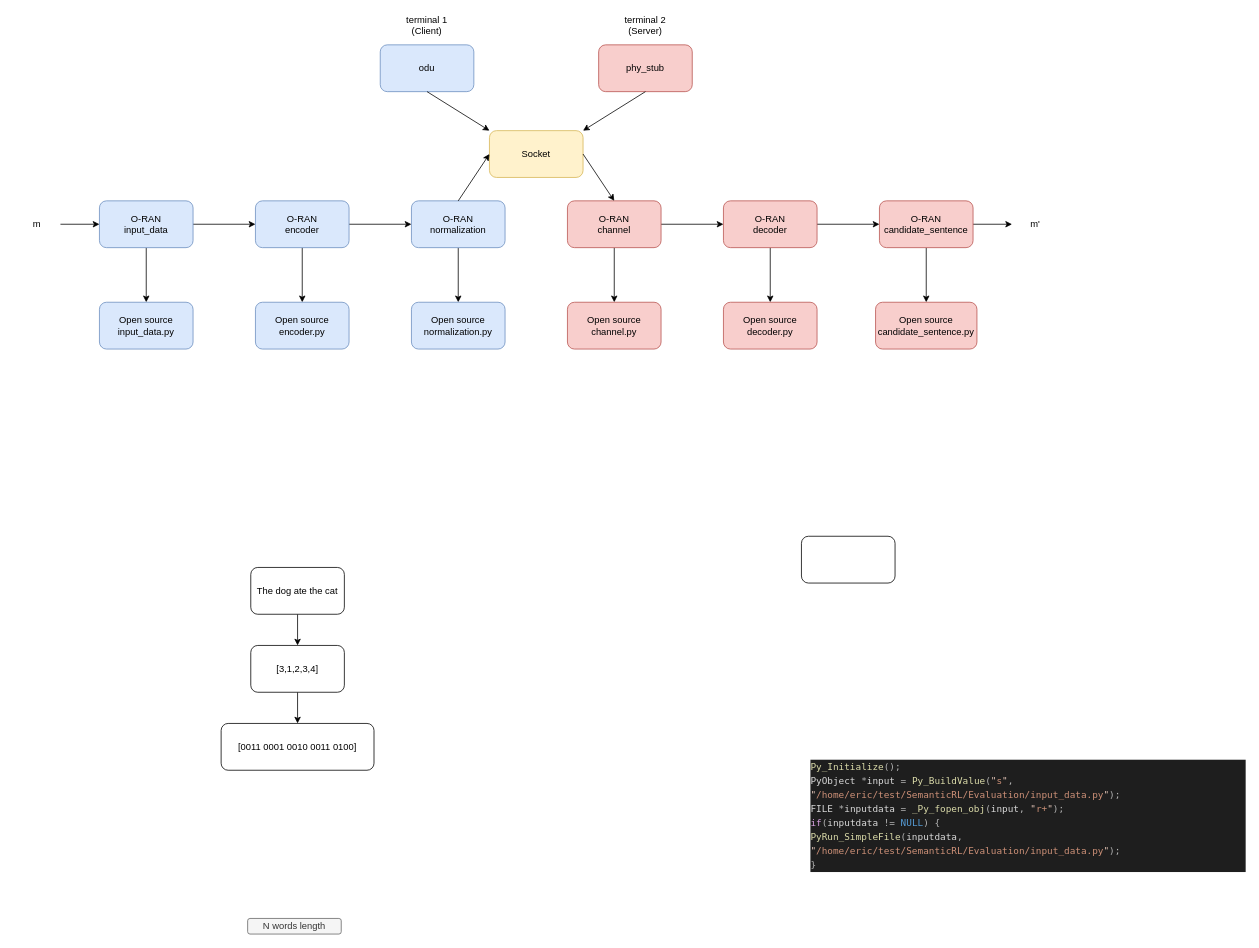
Earlier version of the draw.io diagram page "Page-4" (4 of 4) of Copy of test.drawio (eric693/Practice). Source tidied: cells renumbered, new cells numbered last; positions are measured from the earlier drawing's top-left corner, leaving out a move shared by most shapes. Both pictures are drawn from the tidied source at 78%, with x=0, y=0 at pixel (13, 13).
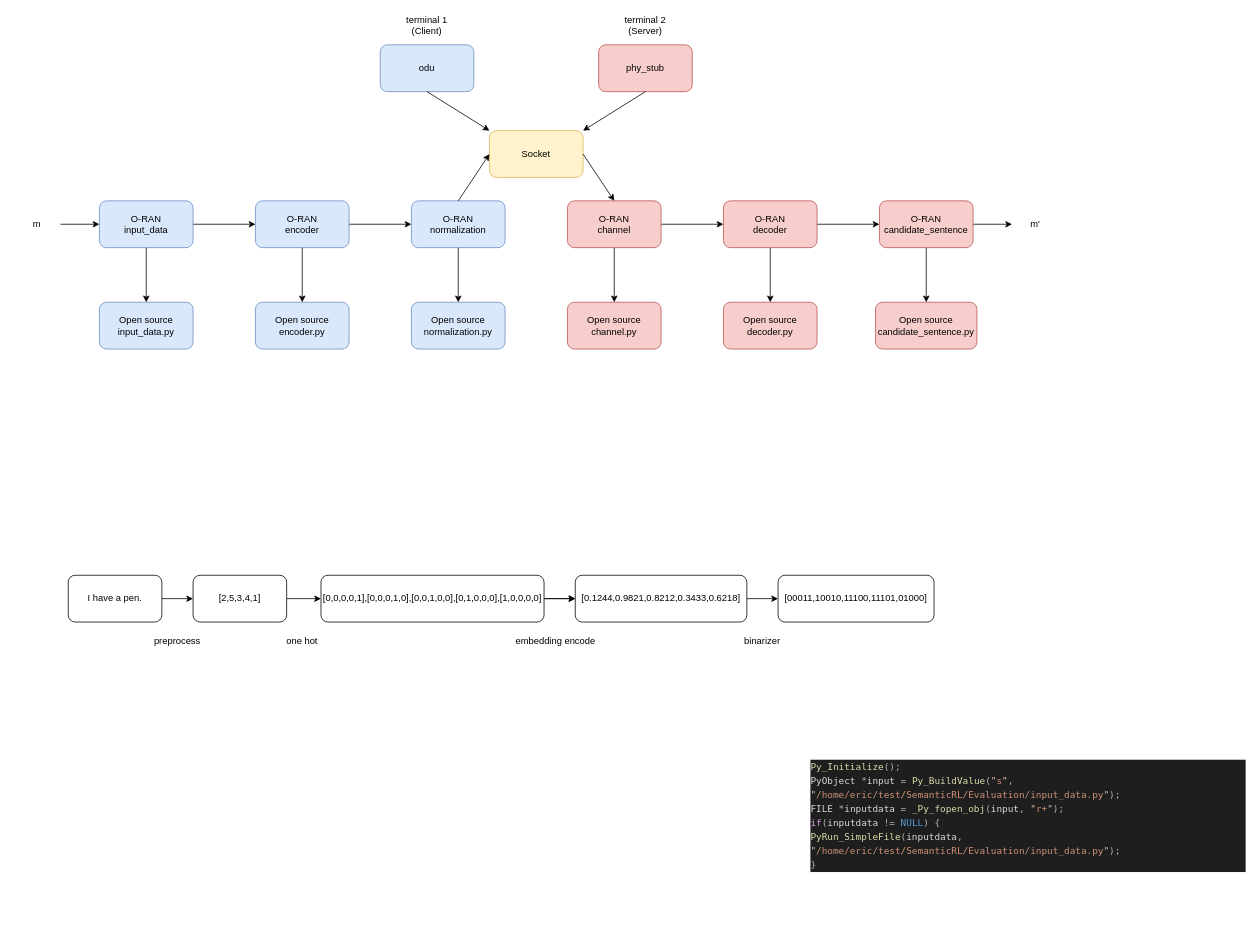
The same page after the edit.

The edit, as a diff of the source:
```diff
@@
-    <mxCell id="38" value="The dog ate the cat" style="rounded=1;whiteSpace=wrap;html=1;" parent="1" vertex="1">
-      <mxGeometry x="304" y="710" width="120" height="60" as="geometry" />
+    <mxCell id="38" value="I have a pen." style="rounded=1;whiteSpace=wrap;html=1;" parent="1" vertex="1">
+      <mxGeometry x="70" y="720" width="120" height="60" as="geometry" />
     </mxCell>
@@
-    <mxCell id="40" value="[3,1,2,3,4]" style="rounded=1;whiteSpace=wrap;html=1;" parent="1" vertex="1">
-      <mxGeometry x="304" y="810" width="120" height="60" as="geometry" />
+    <mxCell id="40" value="[2,5,3,4,1]" style="rounded=1;whiteSpace=wrap;html=1;" parent="1" vertex="1">
+      <mxGeometry x="230" y="720" width="120" height="60" as="geometry" />
     </mxCell>
+    <mxCell id="45" style="edgeStyle=orthogonalEdgeStyle;rounded=0;jettySize=auto;html=1;" parent="1" edge="1" source="41" target="48">
+      <mxGeometry relative="1" as="geometry" />
+    </mxCell>
+    <mxCell id="46" style="edgeStyle=orthogonalEdgeStyle;rounded=0;jettySize=auto;html=1;" parent="1" edge="1" source="41" target="48">
+      <mxGeometry relative="1" as="geometry" />
+    </mxCell>
-    <mxCell id="41" value="[0011 0001 0010 0011 0100]" style="rounded=1;whiteSpace=wrap;html=1;" parent="1" vertex="1">
-      <mxGeometry x="266" y="910" width="196" height="60" as="geometry" />
+    <mxCell id="41" value="[0,0,0,0,1],[0,0,0,1,0],[0,0,1,0,0],[0,1,0,0,0],[1,0,0,0,0]" style="rounded=1;whiteSpace=wrap;html=1;" parent="1" vertex="1">
+      <mxGeometry x="394" y="720" width="286" height="60" as="geometry" />
     </mxCell>
-    <mxCell id="42" value="N words length" style="rounded=1;whiteSpace=wrap;html=1;fillColor=#f5f5f5;fontColor=#333333;strokeColor=#666666;" parent="1" vertex="1">
-      <mxGeometry x="300" y="1160" width="120" height="20" as="geometry" />
-    </mxCell>
-    <mxCell id="43" style="rounded=1;whiteSpace=wrap;html=1;" parent="1" vertex="1">
-      <mxGeometry x="1010" y="670" width="120" height="60" as="geometry" />
+    <mxCell id="43" value="[00011,10010,11100,11101,01000]" style="rounded=1;whiteSpace=wrap;html=1;" parent="1" vertex="1">
+      <mxGeometry x="980" y="720" width="200" height="60" as="geometry" />
     </mxCell>
@@
+    <mxCell id="47" style="edgeStyle=orthogonalEdgeStyle;rounded=0;jettySize=auto;html=1;" parent="1" edge="1" source="48" target="43">
+      <mxGeometry relative="1" as="geometry" />
+    </mxCell>
+    <mxCell id="48" value="[0.1244,0.9821,0.8212,0.3433,0.6218]" style="rounded=1;whiteSpace=wrap;html=1;" parent="1" vertex="1">
+      <mxGeometry x="720" y="720" width="220" height="60" as="geometry" />
+    </mxCell>
+    <mxCell id="49" value="preprocess" style="text;html=1;strokeColor=none;fillColor=none;align=center;verticalAlign=middle;whiteSpace=wrap;rounded=0;" parent="1" vertex="1">
+      <mxGeometry x="180" y="790" width="60" height="30" as="geometry" />
+    </mxCell>
+    <mxCell id="50" value="one hot" style="text;html=1;strokeColor=none;fillColor=none;align=center;verticalAlign=middle;whiteSpace=wrap;rounded=0;" parent="1" vertex="1">
+      <mxGeometry x="340" y="790" width="60" height="30" as="geometry" />
+    </mxCell>
+    <mxCell id="51" value="embedding encode" style="text;html=1;strokeColor=none;fillColor=none;align=center;verticalAlign=middle;whiteSpace=wrap;rounded=0;" parent="1" vertex="1">
+      <mxGeometry x="630" y="790" width="130" height="30" as="geometry" />
+    </mxCell>
+    <mxCell id="52" value="binarizer" style="text;html=1;strokeColor=none;fillColor=none;align=center;verticalAlign=middle;whiteSpace=wrap;rounded=0;" parent="1" vertex="1">
+      <mxGeometry x="930" y="790" width="60" height="30" as="geometry" />
+    </mxCell>
```
